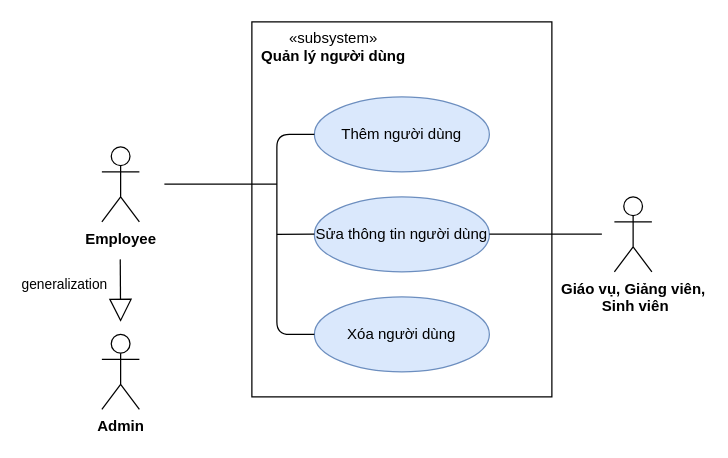
The draw.io diagram page "Usecase_ql_nguoi_dung" (7 of 17) of doc/QuanLyDoAn.drawio in lampn0/quan_ly_do_an_20211, before the edit. Source tidied: cells renumbered, new cells numbered last; positions are measured from the earlier drawing's top-left corner, leaving out a move shared by most shapes. Both pictures are drawn from the tidied source at 125%, with x=0, y=0 at pixel (101, 21).
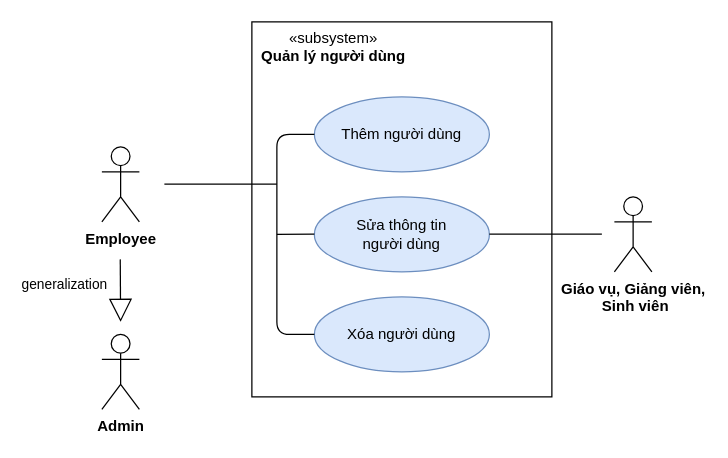
The same diagram, later.

The edit, as a diff of the source:
```diff
@@
-    <mxCell id="6" value="Sửa thông tin người dùng" style="ellipse;whiteSpace=wrap;html=1;rounded=1;glass=0;align=center;fillColor=#dae8fc;strokeColor=#6c8ebf;" parent="1" vertex="1">
+    <mxCell id="6" value="Sửa thông tin&lt;br&gt;người dùng" style="ellipse;whiteSpace=wrap;html=1;rounded=1;glass=0;align=center;fillColor=#dae8fc;strokeColor=#6c8ebf;" parent="1" vertex="1">
       <mxGeometry x="170" y="140" width="140" height="60" as="geometry" />
     </mxCell>
```
